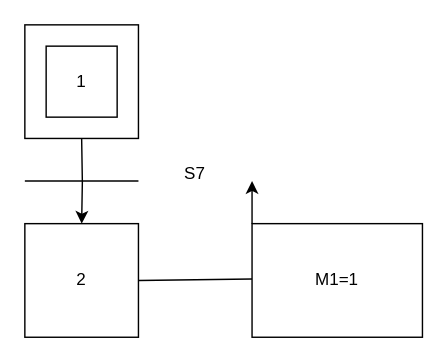
Above: Copy of StepDigram.drawio in dbarif/Diagrams.netd_b (draw.io), before the change. Source tidied: cells renumbered, new cells numbered last; positions are measured from the earlier drawing's top-left corner, leaving out a move shared by most shapes. Both pictures are drawn from the tidied source at 142%, with x=0, y=0 at pixel (24, 24).
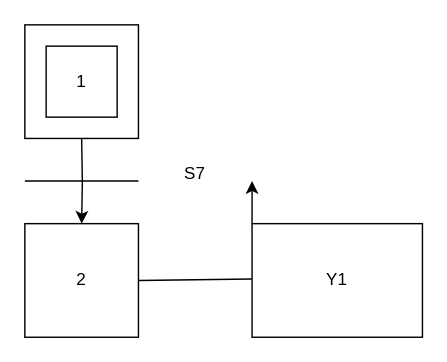
After the change.

Diff of the diagram source:
```diff
@@
 <mxGraphModel>
   <root>
     <mxCell id="0" />
     <mxCell id="1" parent="0" />
     <mxCell id="2" style="group;" parent="1" vertex="1">
       <mxGeometry width="80" height="80" as="geometry" />
     </mxCell>
     <mxCell id="3" style="whiteSpace=wrap;html=1;" parent="2" vertex="1">
       <mxGeometry width="80" height="80" as="geometry" />
     </mxCell>
     <mxCell id="4" value="1" style="whiteSpace=wrap;html=1;" parent="2" vertex="1">
       <mxGeometry x="15" y="15" width="50" height="50" as="geometry" />
     </mxCell>
     <mxCell id="5" value="2" style="whiteSpace=wrap;html=1;" parent="1" vertex="1">
       <mxGeometry y="140" width="80" height="80" as="geometry" />
     </mxCell>
     <mxCell id="6" style="edgeStyle=orthogonalEdgeStyle;rounded=0;jettySize=auto;html=1;" parent="1" edge="1" target="5">
       <mxGeometry relative="1" as="geometry">
         <mxPoint x="40" y="80" as="sourcePoint" />
       </mxGeometry>
     </mxCell>
     <mxCell id="7" style="endArrow=none;html=1;rounded=0;" parent="1" edge="1">
       <mxGeometry relative="1" as="geometry">
         <mxPoint y="110" as="sourcePoint" />
         <mxPoint x="80" y="110" as="targetPoint" />
       </mxGeometry>
     </mxCell>
     <mxCell id="8" value="S7" style="text;html=1;align=center;verticalAlign=middle;whiteSpace=wrap;rounded=0;" parent="1" vertex="1">
       <mxGeometry x="90" y="90" width="60" height="30" as="geometry" />
     </mxCell>
     <mxCell id="9" style="endArrow=none;html=1;rounded=0;" parent="1" edge="1">
       <mxGeometry relative="1" as="geometry">
         <mxPoint x="80" y="180" as="sourcePoint" />
         <mxPoint x="160" y="179" as="targetPoint" />
       </mxGeometry>
     </mxCell>
-    <mxCell id="10" value="M1=1" style="rounded=0;whiteSpace=wrap;html=1;" parent="1" vertex="1">
+    <mxCell id="10" value="Y1" style="rounded=0;whiteSpace=wrap;html=1;" parent="1" vertex="1">
       <mxGeometry x="160" y="140" width="120" height="80" as="geometry" />
     </mxCell>
     <mxCell id="11" style="edgeStyle=orthogonalEdgeStyle;rounded=0;jettySize=auto;html=1;exitX=0;exitY=0;exitDx=0;exitDy=0;" parent="1" edge="1" source="10">
       <mxGeometry relative="1" as="geometry">
         <mxPoint x="160" y="110" as="targetPoint" />
       </mxGeometry>
     </mxCell>
   </root>
 </mxGraphModel>
```
